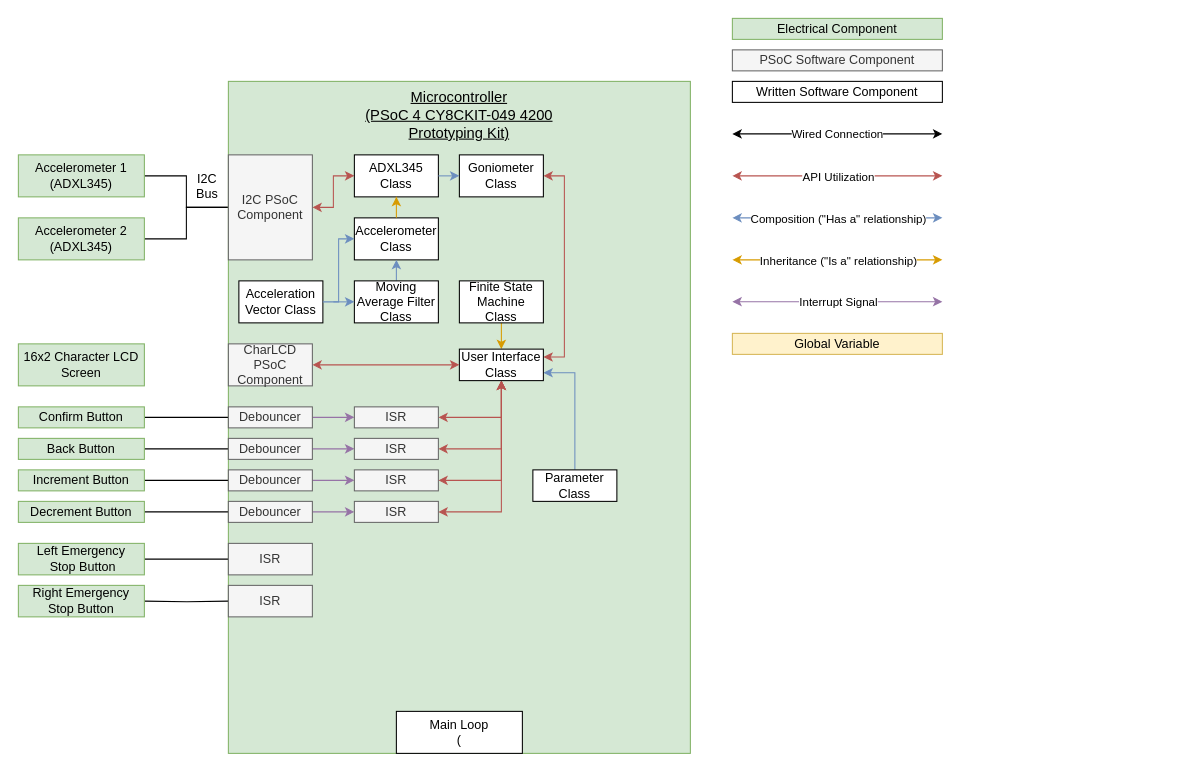
Above: Documentation_Files/blockdiagram.drawio in austinpischer/SeatPM (draw.io), before the change. Source tidied: cells renumbered, new cells numbered last; positions are measured from the earlier drawing's top-left corner, leaving out a move shared by most shapes. Both pictures are drawn from the tidied source at 105%, with x=0, y=0 at pixel (18, 18).
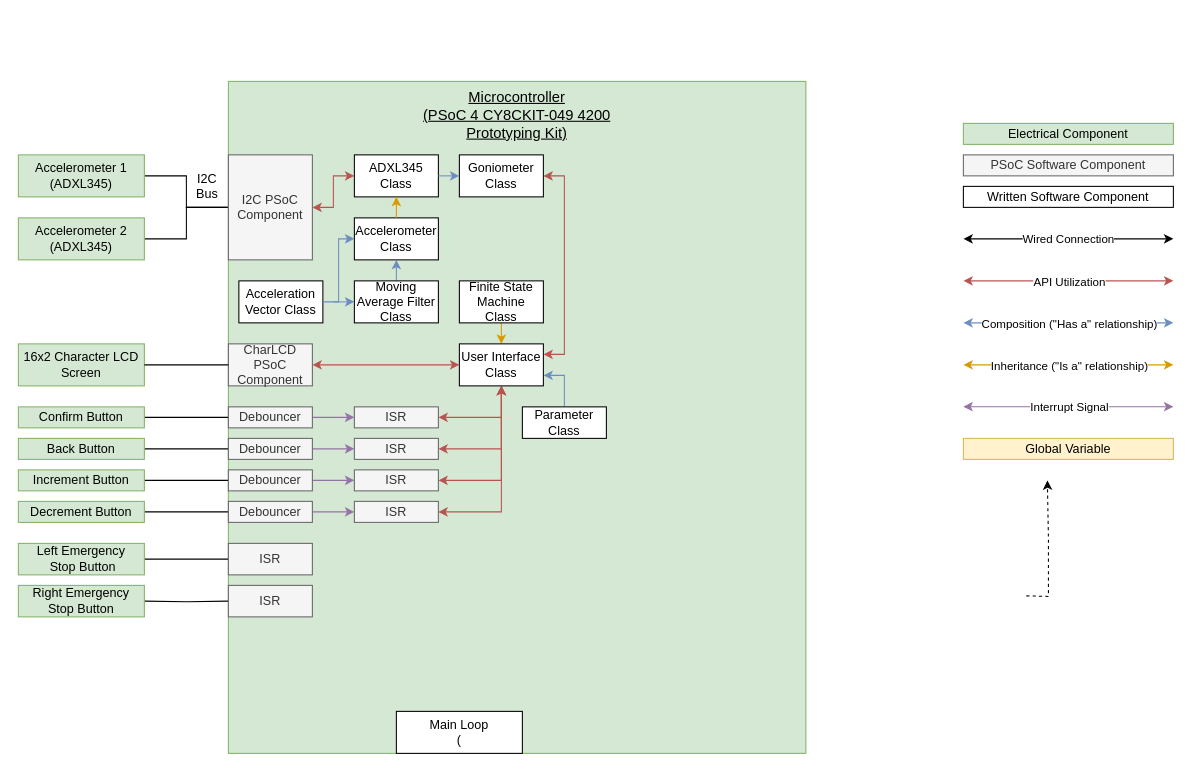
The same page after the edit.

Commit message (it also covers changes not shown here):
latest block diagram updates

The change refers to these unchanged cells:
```xml
<mxCell id="34" value="16x2 Character LCD Screen" style="rounded=0;whiteSpace=wrap;html=1;fillColor=#d5e8d4;strokeColor=#82b366;" parent="1" vertex="1">
  <mxGeometry y="310" width="120" height="40" as="geometry" />
</mxCell>
<mxCell id="65" value="CharLCD PSoC Component" style="rounded=0;whiteSpace=wrap;html=1;fillColor=#f5f5f5;strokeColor=#666666;fontColor=#333333;" parent="1" vertex="1">
  <mxGeometry x="200" y="310" width="80" height="40" as="geometry" />
</mxCell>
```

The edit, as a diff of the source:
```diff
@@
     <mxCell id="6" value="Electrical Component" style="rounded=0;whiteSpace=wrap;html=1;fillColor=#d5e8d4;strokeColor=#82b366;" parent="1" vertex="1">
-      <mxGeometry x="680" width="200" height="20" as="geometry" />
+      <mxGeometry x="900" y="100" width="200" height="20" as="geometry" />
     </mxCell>
     <mxCell id="7" value="&lt;div style=&quot;font-size: 14.0333px&quot;&gt;Microcontroller &lt;br&gt;&lt;/div&gt;&lt;div style=&quot;font-size: 14.0333px&quot;&gt;(PSoC 4 CY8CKIT-049 4200&lt;br&gt; Prototyping Kit)&lt;/div&gt;" style="rounded=0;whiteSpace=wrap;html=1;fillColor=#d5e8d4;strokeColor=#82b366;verticalAlign=top;fontStyle=4;" parent="1" vertex="1">
-      <mxGeometry x="200" y="60" width="440" height="640" as="geometry" />
+      <mxGeometry x="200" y="60" width="550" height="640" as="geometry" />
     </mxCell>
@@
     <mxCell id="10" value="PSoC Software Component" style="rounded=0;whiteSpace=wrap;html=1;fillColor=#f5f5f5;strokeColor=#666666;fontColor=#333333;" parent="1" vertex="1">
-      <mxGeometry x="680" y="30" width="200" height="20" as="geometry" />
+      <mxGeometry x="900" y="130" width="200" height="20" as="geometry" />
     </mxCell>
     <mxCell id="11" value="Written Software Component" style="rounded=0;whiteSpace=wrap;html=1;" parent="1" vertex="1">
-      <mxGeometry x="680" y="60" width="200" height="20" as="geometry" />
+      <mxGeometry x="900" y="160" width="200" height="20" as="geometry" />
     </mxCell>
@@
     <mxCell id="17" value="Wired Connection" style="edgeStyle=orthogonalEdgeStyle;rounded=0;orthogonalLoop=1;jettySize=auto;html=1;exitX=1;exitY=0.5;exitDx=0;exitDy=0;startArrow=classic;startFill=1;" parent="1" edge="1">
       <mxGeometry relative="1" as="geometry">
-        <mxPoint x="680" y="110" as="sourcePoint" />
-        <mxPoint x="880" y="110" as="targetPoint" />
+        <mxPoint x="900" y="210" as="sourcePoint" />
+        <mxPoint x="1100" y="210" as="targetPoint" />
       </mxGeometry>
     </mxCell>
     <mxCell id="18" style="edgeStyle=orthogonalEdgeStyle;rounded=0;orthogonalLoop=1;jettySize=auto;html=1;startArrow=classic;startFill=1;fillColor=#f8cecc;strokeColor=#b85450;" parent="1" edge="1">
       <mxGeometry relative="1" as="geometry">
-        <mxPoint x="880" y="150" as="sourcePoint" />
-        <mxPoint x="680" y="150" as="targetPoint" />
+        <mxPoint x="1100" y="250" as="sourcePoint" />
+        <mxPoint x="900" y="250" as="targetPoint" />
       </mxGeometry>
     </mxCell>
@@
     <mxCell id="23" style="edgeStyle=orthogonalEdgeStyle;rounded=0;orthogonalLoop=1;jettySize=auto;html=1;startArrow=classic;startFill=1;fillColor=#dae8fc;strokeColor=#6c8ebf;" parent="1" edge="1">
       <mxGeometry relative="1" as="geometry">
-        <mxPoint x="880" y="190" as="sourcePoint" />
-        <mxPoint x="680" y="190" as="targetPoint" />
+        <mxPoint x="1100" y="290" as="sourcePoint" />
+        <mxPoint x="900" y="290" as="targetPoint" />
       </mxGeometry>
     </mxCell>
@@
     <mxCell id="28" style="edgeStyle=orthogonalEdgeStyle;rounded=0;orthogonalLoop=1;jettySize=auto;html=1;startArrow=classic;startFill=1;fillColor=#ffe6cc;strokeColor=#d79b00;" parent="1" edge="1">
       <mxGeometry relative="1" as="geometry">
-        <mxPoint x="880" y="230" as="sourcePoint" />
-        <mxPoint x="680" y="230" as="targetPoint" />
+        <mxPoint x="1100" y="330" as="sourcePoint" />
+        <mxPoint x="900" y="330" as="targetPoint" />
       </mxGeometry>
     </mxCell>
@@
     <mxCell id="32" style="edgeStyle=orthogonalEdgeStyle;rounded=0;orthogonalLoop=1;jettySize=auto;html=1;startArrow=classic;startFill=1;fillColor=#e1d5e7;strokeColor=#9673a6;" parent="1" edge="1">
       <mxGeometry relative="1" as="geometry">
-        <mxPoint x="880" y="269.8" as="sourcePoint" />
-        <mxPoint x="680" y="269.8" as="targetPoint" />
+        <mxPoint x="1100" y="369.8" as="sourcePoint" />
+        <mxPoint x="900" y="369.8" as="targetPoint" />
       </mxGeometry>
     </mxCell>
@@
     <mxCell id="69" value="User Interface Class" style="rounded=0;whiteSpace=wrap;html=1;" parent="1" vertex="1">
-      <mxGeometry x="420" y="315" width="80" height="30" as="geometry" />
+      <mxGeometry x="420" y="310" width="80" height="40" as="geometry" />
     </mxCell>
@@
     <mxCell id="71" value="Parameter Class" style="rounded=0;whiteSpace=wrap;html=1;" parent="1" vertex="1">
-      <mxGeometry x="490" y="430" width="80" height="30" as="geometry" />
+      <mxGeometry x="480" y="370" width="80" height="30" as="geometry" />
     </mxCell>
     <mxCell id="72" value="Global Variable" style="rounded=0;whiteSpace=wrap;html=1;fillColor=#fff2cc;strokeColor=#d6b656;" parent="1" vertex="1">
-      <mxGeometry x="680" y="300" width="200" height="20" as="geometry" />
+      <mxGeometry x="900" y="400" width="200" height="20" as="geometry" />
     </mxCell>
+    <mxCell id="73" style="edgeStyle=orthogonalEdgeStyle;rounded=0;jettySize=auto;html=1;startArrow=none;startFill=0;endArrow=none;endFill=0;exitX=1;exitY=0.5;exitDx=0;exitDy=0;entryX=0;entryY=0.5;entryDx=0;entryDy=0;" parent="1" edge="1" source="34" target="65">
+      <mxGeometry relative="1" as="geometry" />
+    </mxCell>
+    <mxCell id="74" style="edgeStyle=orthogonalEdgeStyle;rounded=0;orthogonalLoop=1;jettySize=auto;html=1;exitX=0.75;exitY=0;exitDx=0;exitDy=0;entryX=0;entryY=0.5;entryDx=0;entryDy=0;dashed=1;" parent="1" edge="1">
+      <mxGeometry relative="1" as="geometry">
+        <mxPoint x="960" y="550" as="sourcePoint" />
+        <mxPoint x="980" y="440" as="targetPoint" />
+      </mxGeometry>
+    </mxCell>
```
